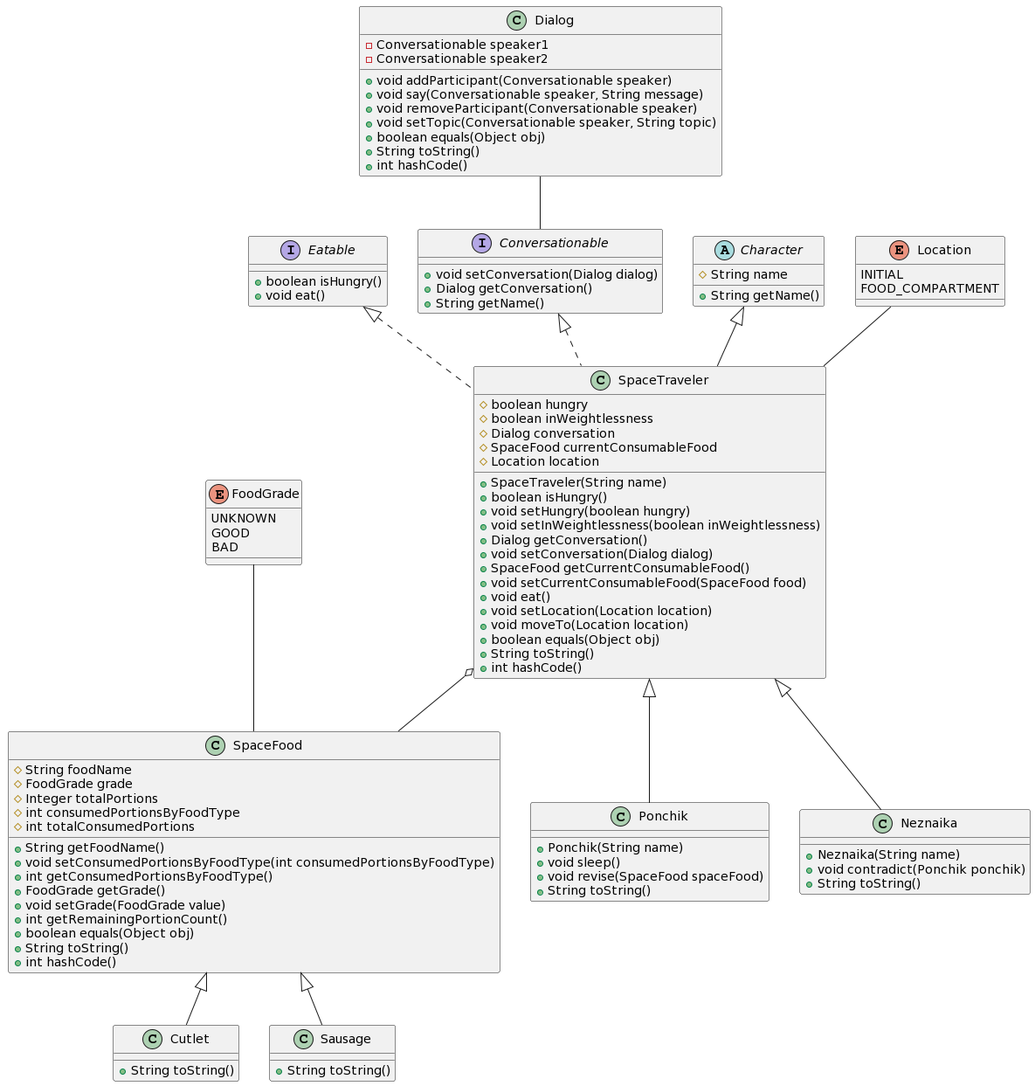
Before: UML.png, a diagram exported from PlantUML (missmagenta/Lab_3).
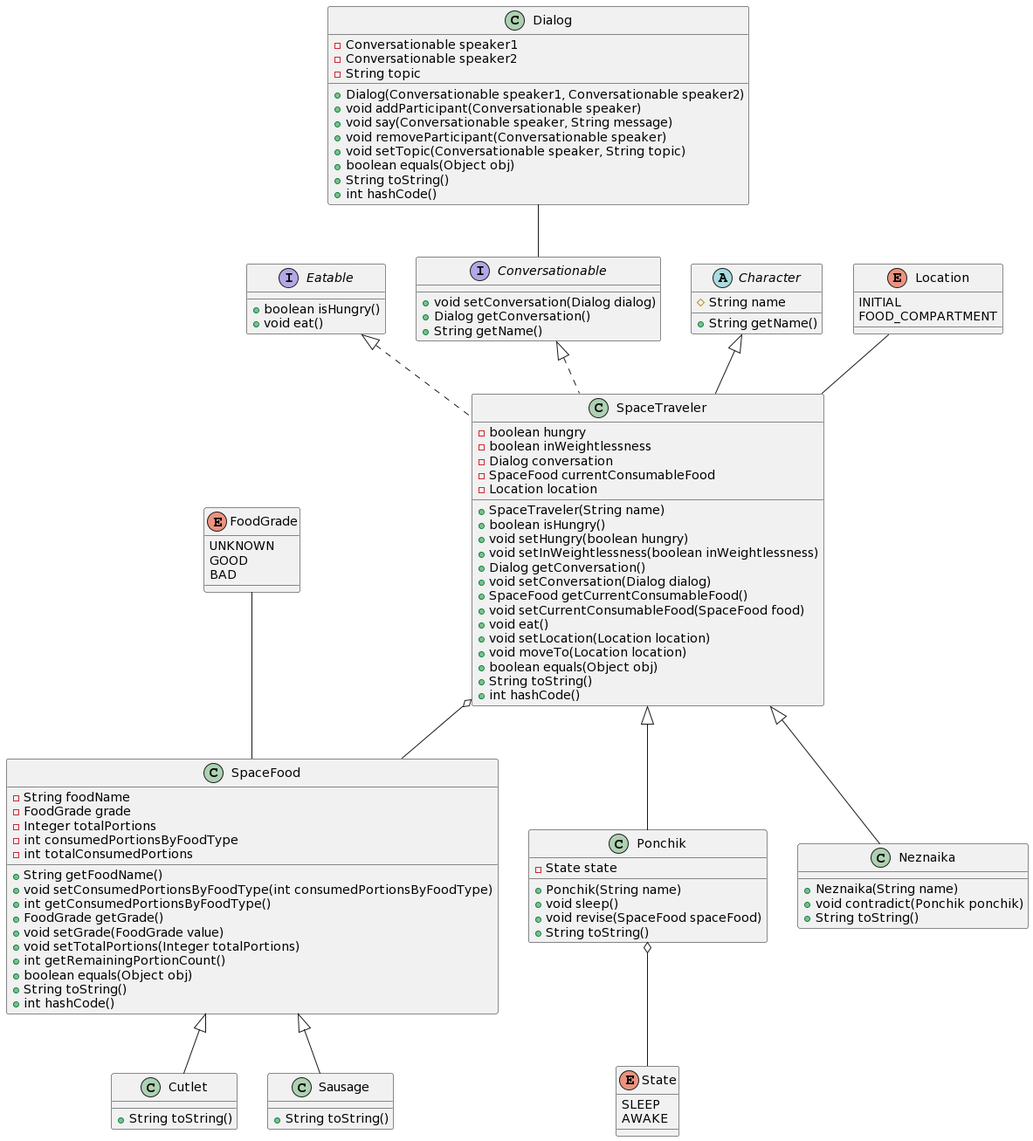
Later version of the same file.

The edit, as a diff of the source:
```diff
@@ -4,38 +4,45 @@
 }
 
 enum FoodGrade {
-    UNKNOWN
-    GOOD
-    BAD
+UNKNOWN
+GOOD
+BAD
 }
+
+enum State {
+SLEEP
+AWAKE
+}
+
+Ponchik o-- State
 
 class Sausage extends SpaceFood {
 {method} +String toString()
 }
 
 class SpaceFood {
-# String foodName
-# FoodGrade grade
-# Integer totalPortions
-# int consumedPortionsByFoodType
-# int totalConsumedPortions
+- String foodName
+- FoodGrade grade
+- Integer totalPortions
+- int consumedPortionsByFoodType
+- int totalConsumedPortions
+
 {method} +String getFoodName()
 +void setConsumedPortionsByFoodType(int consumedPortionsByFoodType)
 +int getConsumedPortionsByFoodType()
 +FoodGrade getGrade()
 +void setGrade(FoodGrade value)
++void setTotalPortions(Integer totalPortions)
 +int getRemainingPortionCount()
 +boolean equals(Object obj)
 +String toString()
 +int hashCode()
 }
 
-
 interface Eatable {
 {method} +boolean isHungry()
 {method} +void eat()
 }
-
 
 interface Conversationable {
 {method} +void setConversation(Dialog dialog)
@@ -51,11 +58,11 @@
 
 class SpaceTraveler extends Character {
 {method} +SpaceTraveler(String name)
-{field} #boolean hungry
-#boolean inWeightlessness
-#Dialog conversation
-#SpaceFood currentConsumableFood
-#Location location
+{field} -boolean hungry
+-boolean inWeightlessness
+-Dialog conversation
+-SpaceFood currentConsumableFood
+-Location location
 
 {method} +boolean isHungry()
 +void setHungry(boolean hungry)
@@ -75,6 +82,7 @@
 class SpaceTraveler implements Conversationable, Eatable
 
 class Ponchik extends SpaceTraveler {
+{field} -State state
 {method} +Ponchik(String name)
 {method} +void sleep()
 +void revise(SpaceFood spaceFood)
@@ -95,6 +103,9 @@
 class Dialog {
 {field} -Conversationable speaker1
 {field} -Conversationable speaker2
+{field} -String topic
+
+{method} +Dialog(Conversationable speaker1, Conversationable speaker2)
 {method} +void addParticipant(Conversationable speaker)
 +void say(Conversationable speaker, String message)
 +void removeParticipant(Conversationable speaker)
```
